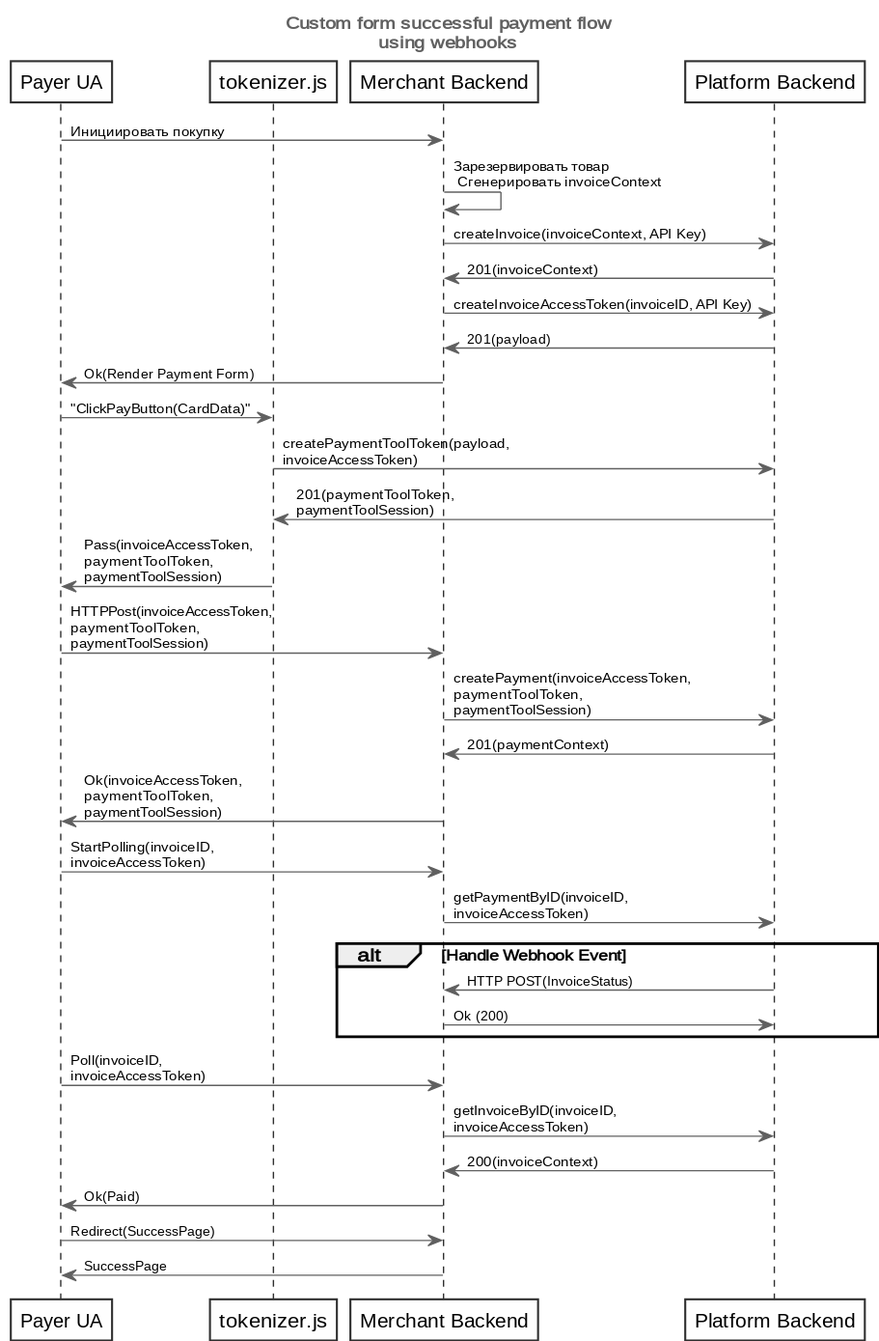
Before: content/wsd/custom_form_w_cb.svg, a diagram exported from PlantUML (rbkmoney/docs). Its source is kept beside it as content/wsd/custom_form_w_cb.wsd.
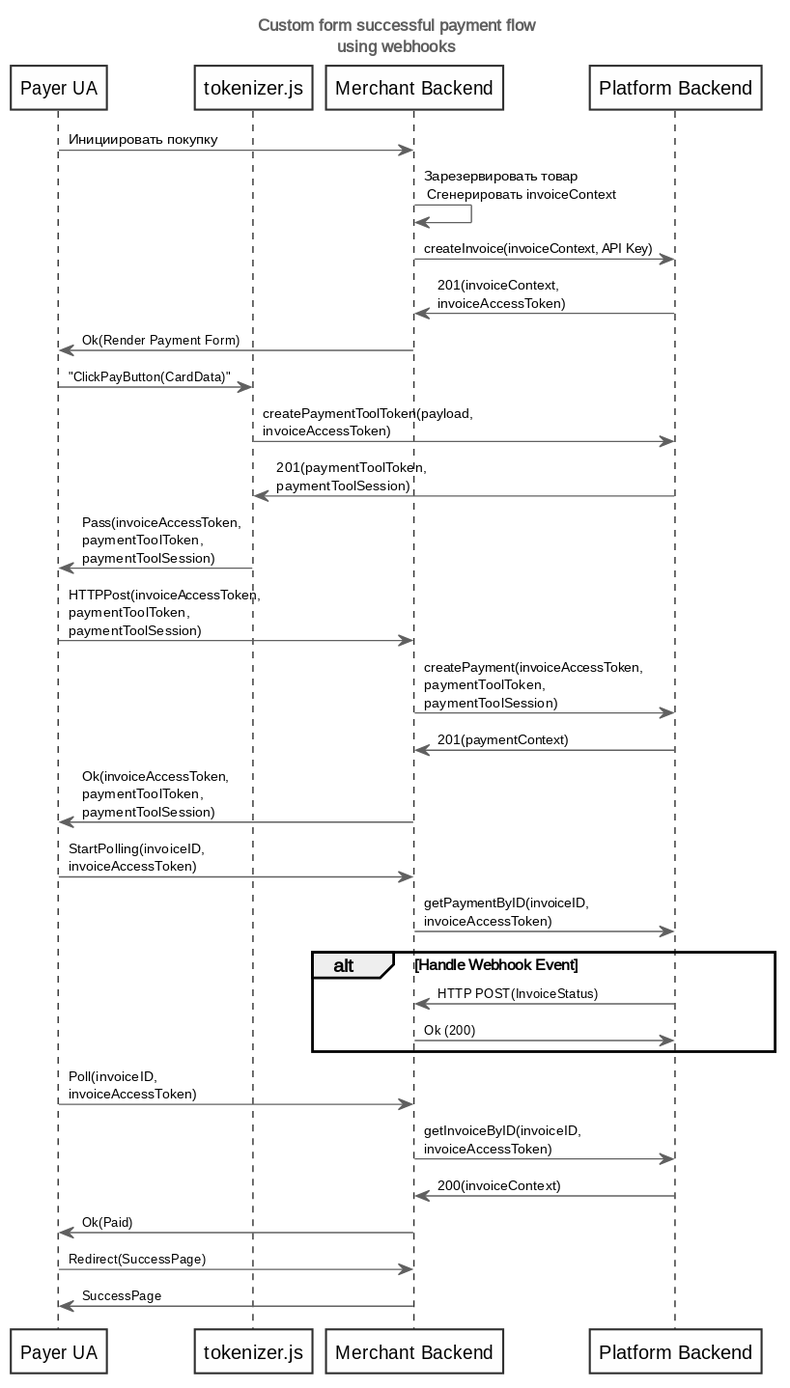
Later version of the same file.

Change to the diagram source:
```diff
@@ -15,11 +15,7 @@
 MBE -> MBE:  Зарезервировать товар \n Сгенерировать invoiceContext
 
 MBE -> PBE: createInvoice(invoiceContext, API Key)
-PBE -> MBE: 201(invoiceContext)
-
-MBE -> PBE: createInvoiceAccessToken(invoiceID, API Key)
-PBE -> MBE: 201(payload)
-
+PBE -> MBE: 201(invoiceContext,\ninvoiceAccessToken)
 
 MBE -> UA: Ok(Render Payment Form)
 
```
